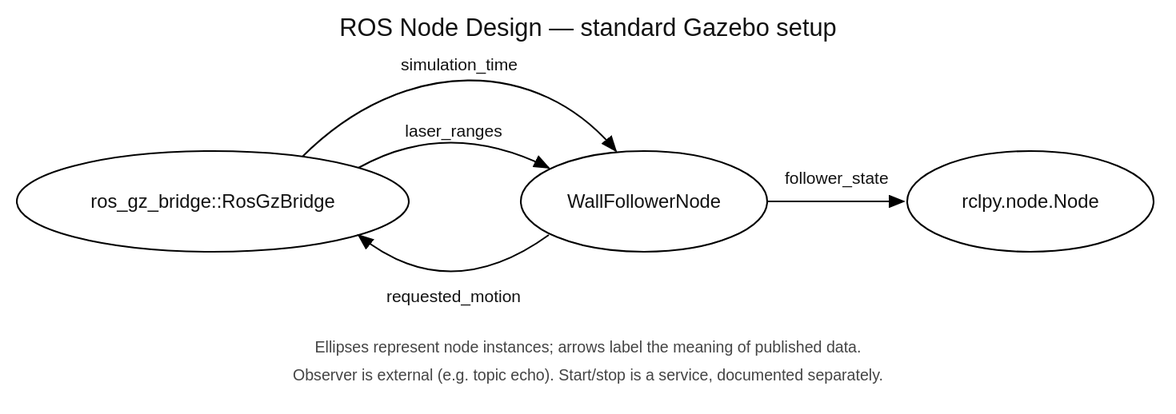
Earlier version of the PlantUML export docs/node_design.svg (michaeld3n/s02-g24-wallfollower). Its source is kept beside it as docs/node_design.puml. The source it was exported from:
```plantuml
@startuml
skinparam shadowing false
skinparam usecase {
  BackgroundColor White
  BorderColor Black
  FontSize 13
}
skinparam ArrowFontSize 12
skinparam nodesep 40
skinparam ranksep 55
left to right direction
usecase "ros_gz_bridge::RosGzBridge" as Bridge
usecase "WallFollowerNode" as Follower
usecase "rclpy.node.Node" as Observer
Bridge --> Follower : laser_ranges
Bridge --> Follower : simulation_time
Follower --> Bridge : requested_motion
Follower --> Observer : follower_state
@enduml
```
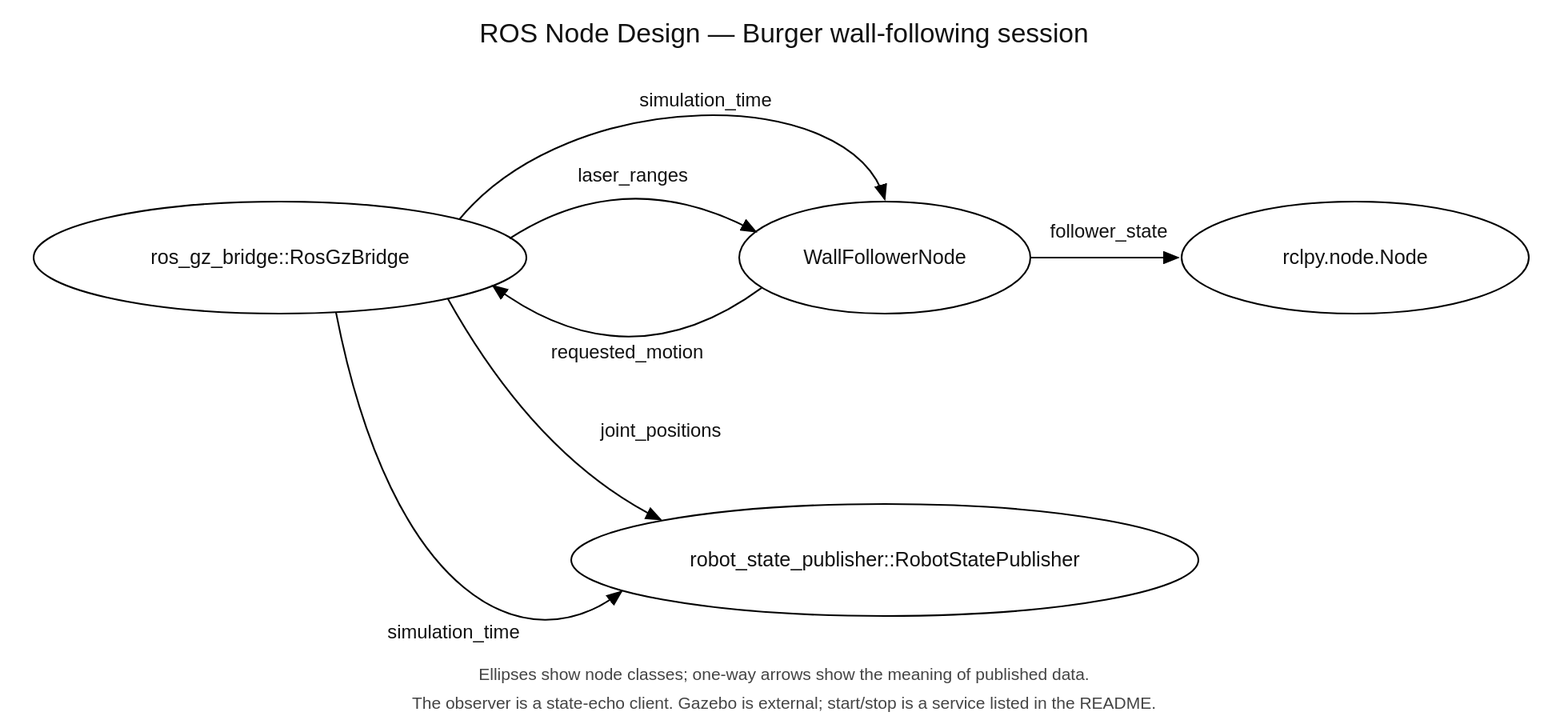
The same diagram one commit later.

Change to the diagram source:
```diff
@@ -12,8 +12,11 @@
 usecase "ros_gz_bridge::RosGzBridge" as Bridge
 usecase "WallFollowerNode" as Follower
 usecase "rclpy.node.Node" as Observer
+usecase "robot_state_publisher::RobotStatePublisher" as RobotState
 Bridge --> Follower : laser_ranges
 Bridge --> Follower : simulation_time
 Follower --> Bridge : requested_motion
 Follower --> Observer : follower_state
+Bridge --> RobotState : joint_positions
+Bridge --> RobotState : simulation_time
 @enduml
```
